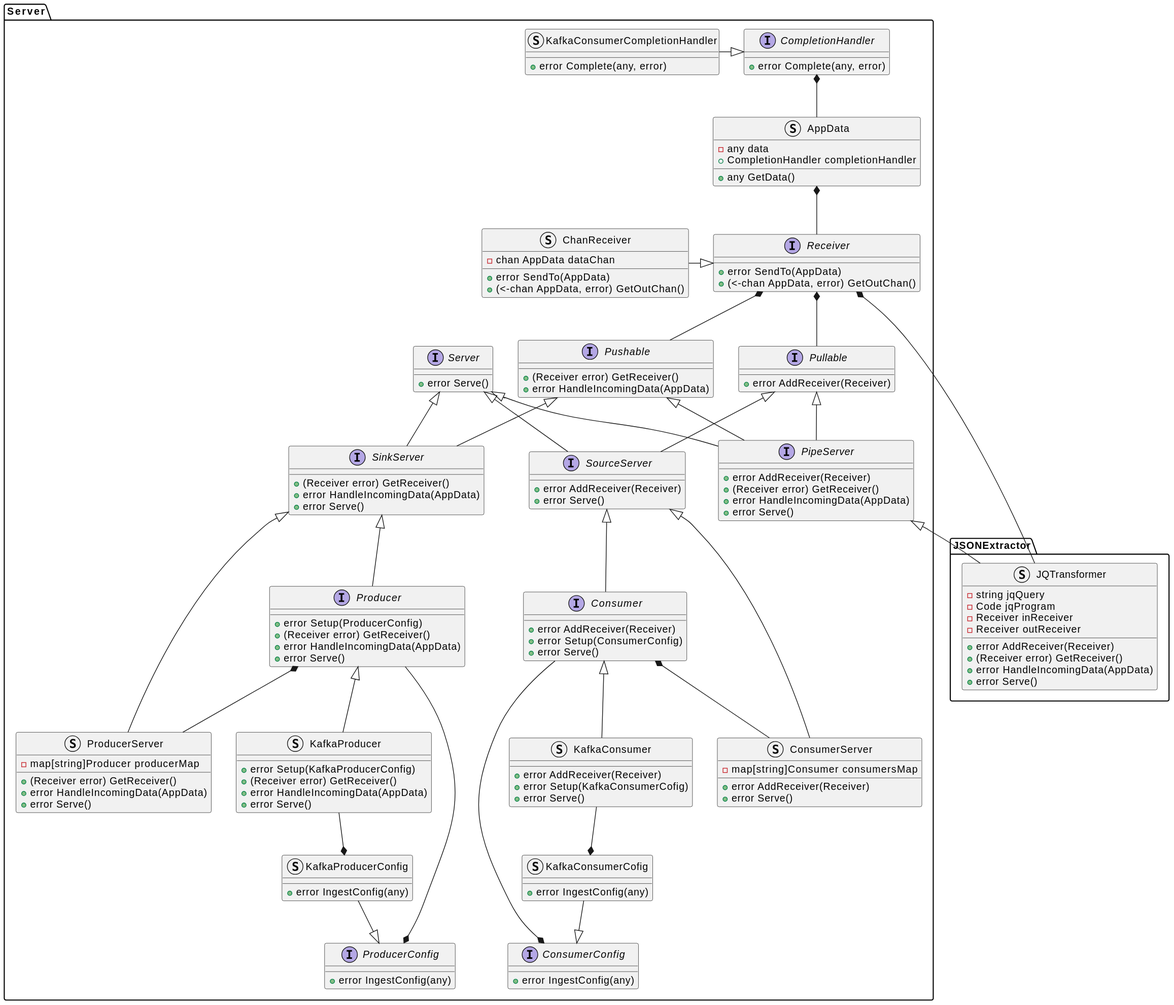
Above: docs/design_notes/DN1_JSON_Extractor/class_diagram.svg in xtuml/otel2pv (PlantUML), before the change.
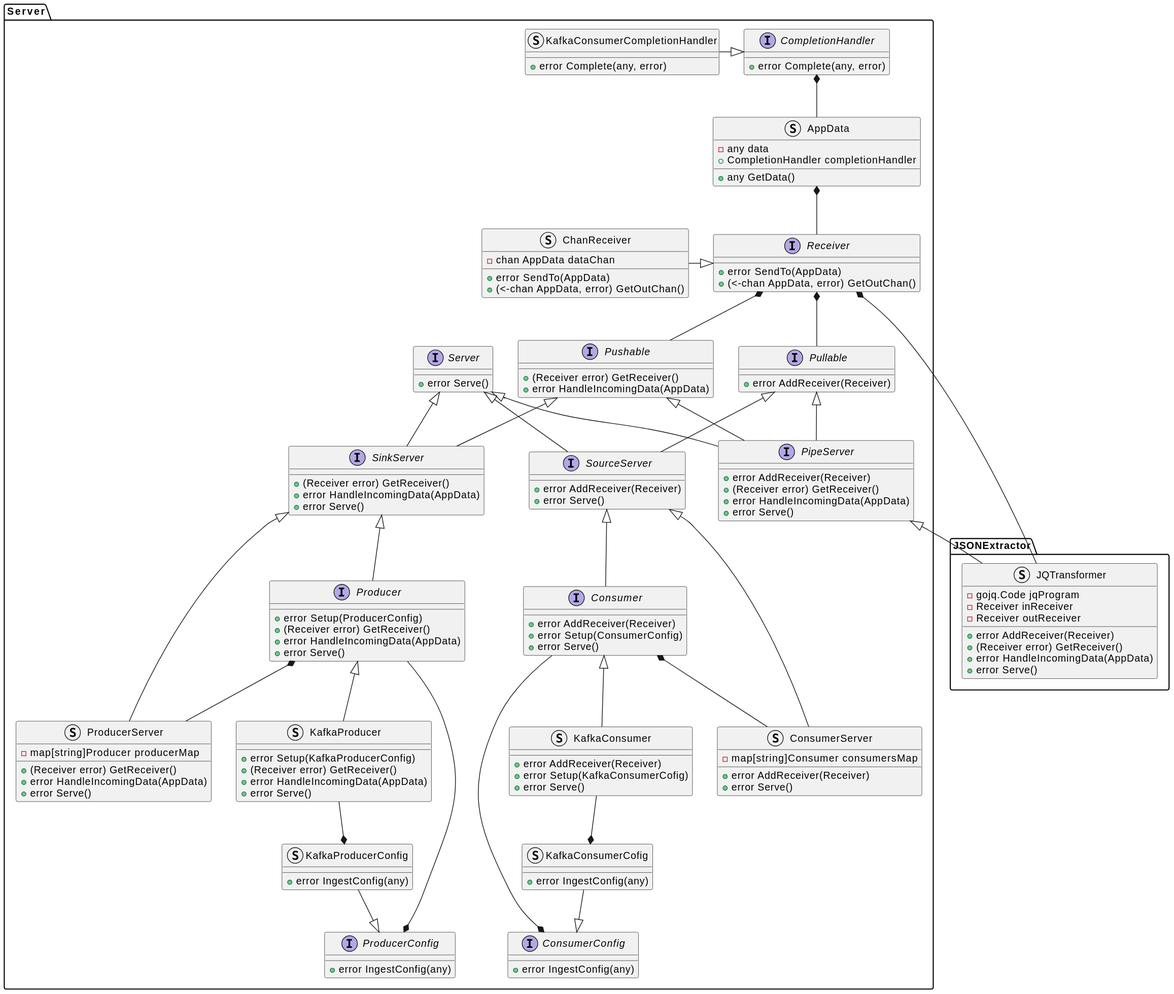
After the commit.

Diff of the diagram source:
```diff
@@ -1,8 +1,7 @@
 @startuml
 namespace JSONExtractor {
     struct JQTransformer {
-        -string jqQuery
-        -Code jqProgram
+        -gojq.Code jqProgram
         -Receiver inReceiver
         -Receiver outReceiver
         +error AddReceiver(Receiver)
```
